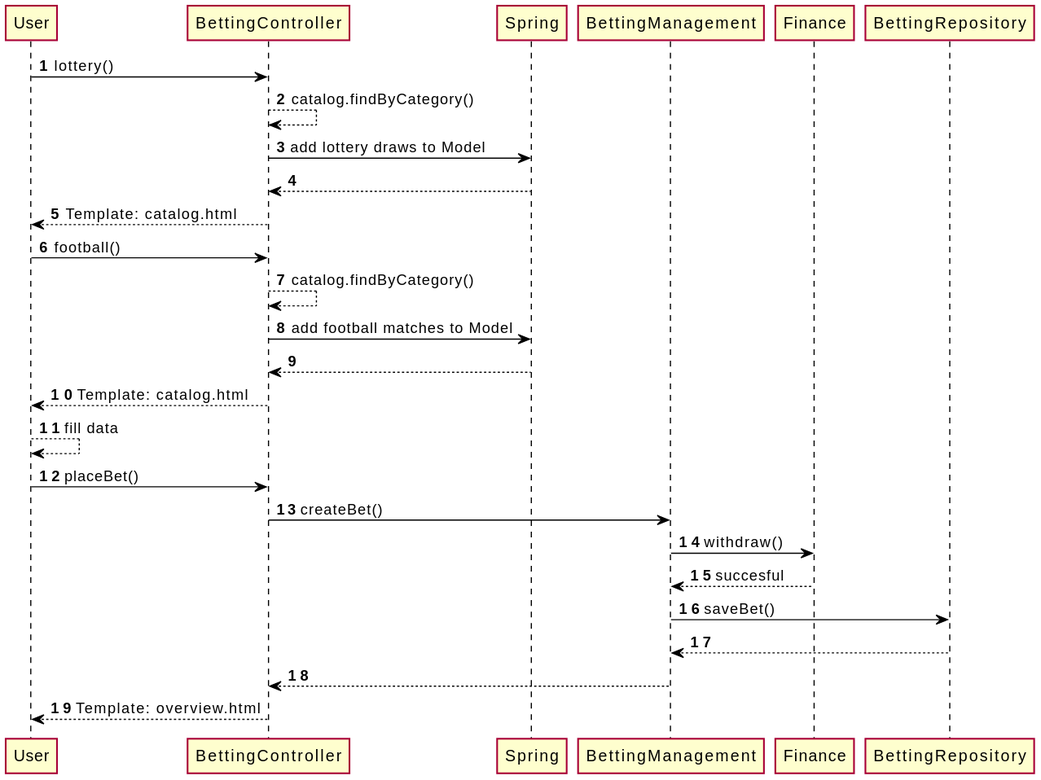
Above: src/main/asciidoc/diagrams/developer_docu/seq_betting.svg in mezh450d/Software-Technology (PlantUML), before the change.
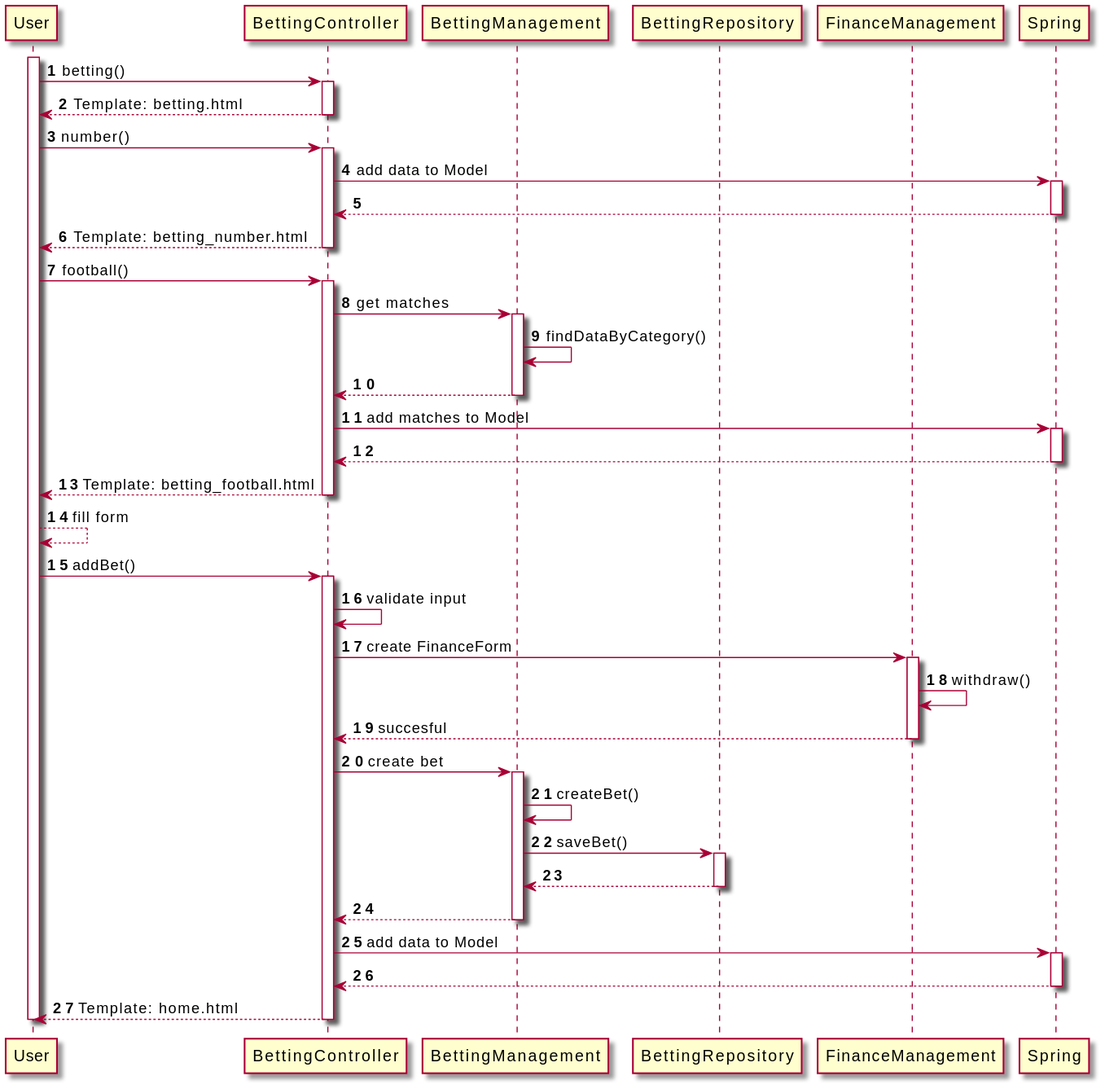
After the change.

What changed in the source:
```diff
@@ -1,34 +1,84 @@
 @startuml
-skinparam sequence {
-ArrowColor Black
-LifeLineBorderColor Black
-LifeLineBackgroundColor Black
-Bordercolor Black
-BackgroundColor White
-}
-skinparam shadowing false
+participant User order 1
+participant BettingController order 2
+participant BettingManagement order 3
+participant BettingRepository order 4
+participant FinanceManagement order 5
+participant FinanceManagement order 6
+participant Spring order 7
 
 autonumber
 
-User -> BettingController: lottery()
-BettingController--> BettingController: catalog.findByCategory()
-BettingController-> Spring: add lottery draws to Model
+activate User
+
+User -> BettingController : betting()
+activate BettingController
+BettingController --> User: Template: betting.html
+deactivate BettingController
+
+
+User -> BettingController: number()
+activate BettingController
+
+BettingController -> Spring: add data to Model
+activate Spring
 Spring --> BettingController
-BettingController--> User: Template: catalog.html
+deactivate Spring
+
+BettingController --> User: Template: betting_number.html
+deactivate BettingController
 
 User -> BettingController: football()
-BettingController--> BettingController: catalog.findByCategory()
-BettingController-> Spring: add football matches to Model
+activate BettingController
+
+BettingController -> BettingManagement: get matches
+activate BettingManagement
+BettingManagement -> BettingManagement : findDataByCategory()
+BettingManagement --> BettingController
+deactivate BettingManagement
+
+BettingController -> Spring: add matches to Model
+activate Spring
 Spring --> BettingController
-BettingController--> User: Template: catalog.html
+deactivate Spring
 
-User --> User: fill data
-User -> BettingController: placeBet()
-BettingController -> BettingManagement: createBet()
-BettingManagement -> Finance: withdraw()
-Finance --> BettingManagement: succesful
+BettingController --> User: Template: betting_football.html
+deactivate BettingController
+
+
+
+User --> User: fill form
+User -> BettingController: addBet()
+activate BettingController
+
+BettingController -> BettingController: validate input
+
+BettingController -> FinanceManagement: create FinanceForm
+activate FinanceManagement
+FinanceManagement -> FinanceManagement : withdraw()
+FinanceManagement --> BettingController : succesful
+deactivate FinanceManagement
+
+BettingController -> BettingManagement: create bet
+activate BettingManagement
+
+BettingManagement -> BettingManagement : createBet()
 BettingManagement -> BettingRepository: saveBet()
+activate BettingRepository
 BettingRepository --> BettingManagement
+deactivate BettingRepository
+
 BettingManagement --> BettingController
-BettingController--> User: Template: overview.html
+deactivate BettingManagement
+
+
+BettingController -> Spring: add data to Model
+activate Spring
+Spring --> BettingController
+deactivate Spring
+
+BettingController --> User: Template: home.html
+deactivate BettingController
+
+deactivate User
 @enduml
```
